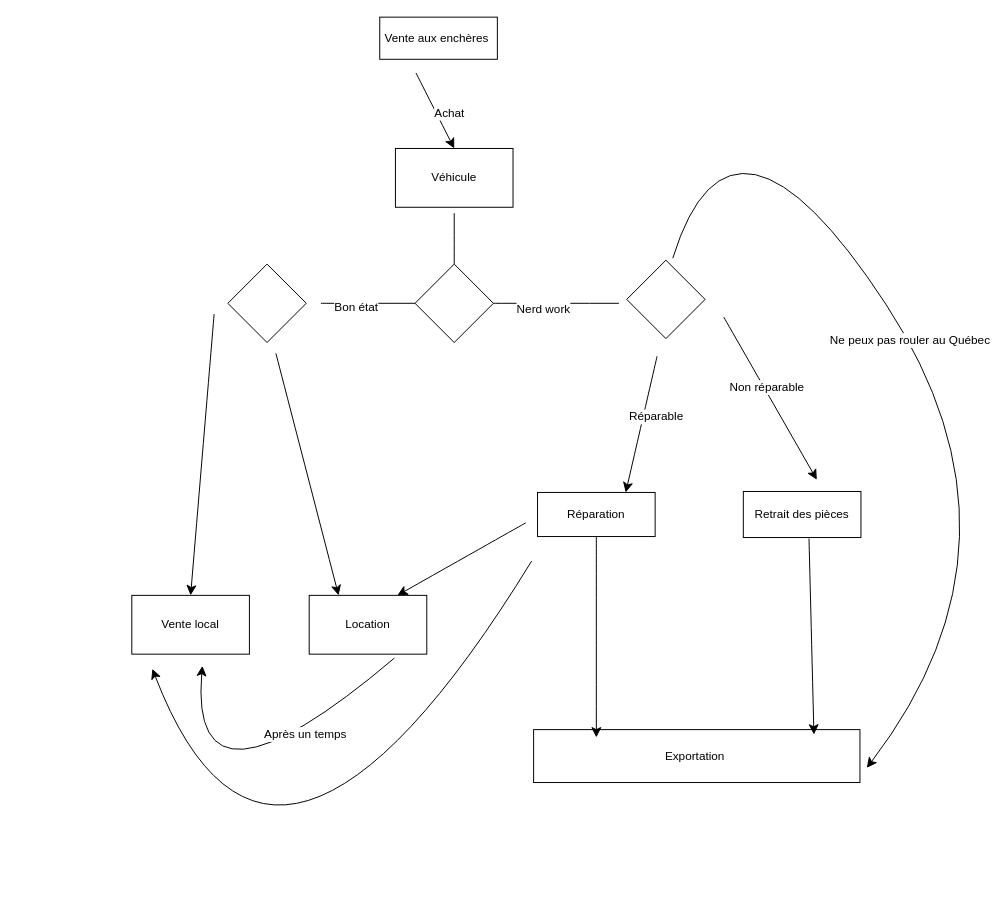
Before: Autous.drawio in gullitl/Cecilemr-frontend, a draw.io diagram. Source tidied: cells renumbered, new cells numbered last; positions are measured from the earlier drawing's top-left corner, leaving out a move shared by most shapes. Both pictures are drawn from the tidied source at 98%, with x=0, y=0 at pixel (131, 17).
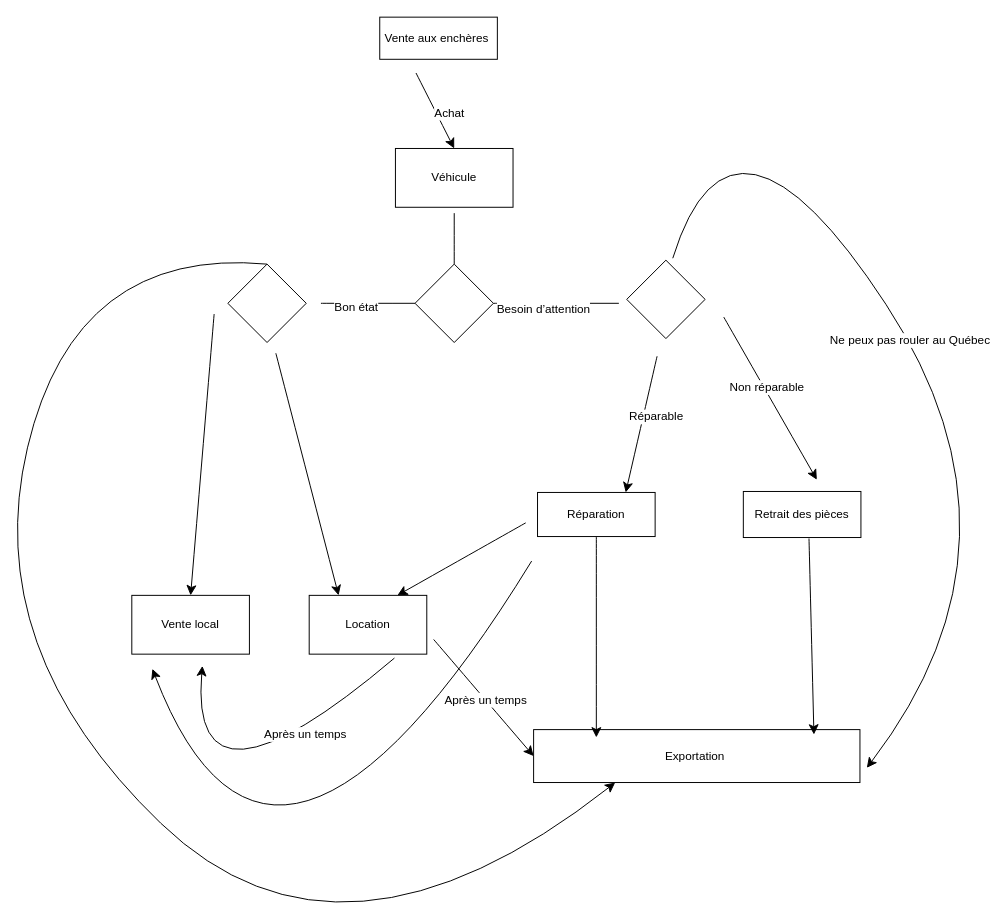
After the change.

The change refers to these unchanged cells:
```xml
<mxCell id="3" value="Exportation&amp;nbsp;" style="rounded=0;whiteSpace=wrap;html=1;" parent="1" vertex="1">
  <mxGeometry x="410" y="727" width="333" height="54" as="geometry" />
</mxCell>
<mxCell id="16" style="endArrow=none;html=1;rounded=0;fontSize=12;startSize=8;endSize=8;curved=1;exitX=1;exitY=0.5;exitDx=0;exitDy=0;" parent="1" edge="1" source="10">
  <mxGeometry relative="1" as="geometry">
    <mxPoint x="497" y="292" as="targetPoint" />
  </mxGeometry>
</mxCell>
<mxCell id="27" style="rhombus;whiteSpace=wrap;html=1;" parent="1" vertex="1">
  <mxGeometry x="98" y="252" width="80" height="80" as="geometry" />
</mxCell>
```

The edit, as a diff of the source:
```diff
@@
-    <mxCell id="17" value="Nerd work" style="edgeLabel;html=1;align=center;verticalAlign=middle;fontSize=12;" parent="16" vertex="1">
+    <mxCell id="17" value="Besoin d’attention" style="edgeLabel;html=1;align=center;verticalAlign=middle;fontSize=12;" parent="16" vertex="1">
       <mxGeometry x="-0.22" y="-5" relative="1" as="geometry" />
     </mxCell>
@@
+    <mxCell id="32" style="endArrow=classic;html=1;rounded=0;fontSize=12;startSize=8;endSize=8;curved=1;exitX=0.5;exitY=0;exitDx=0;exitDy=0;entryX=0.25;entryY=1;entryDx=0;entryDy=0;" parent="1" edge="1" source="27" target="3">
+      <mxGeometry relative="1" as="geometry">
+        <Array as="points">
+          <mxPoint x="-58" y="234" />
+          <mxPoint x="-155" y="645" />
+          <mxPoint x="214" y="1000" />
+        </Array>
+      </mxGeometry>
+    </mxCell>
+    <mxCell id="33" style="endArrow=classic;html=1;rounded=0;fontSize=12;startSize=8;endSize=8;curved=1;entryX=0;entryY=0.5;entryDx=0;entryDy=0;" parent="1" edge="1" target="3">
+      <mxGeometry relative="1" as="geometry">
+        <mxPoint x="308" y="635" as="sourcePoint" />
+      </mxGeometry>
+    </mxCell>
+    <mxCell id="34" value="Après un temps" style="edgeLabel;html=1;align=center;verticalAlign=middle;fontSize=12;" parent="33" vertex="1">
+      <mxGeometry x="0.04" y="-1" relative="1" as="geometry">
+        <mxPoint y="-1" as="offset" />
+      </mxGeometry>
+    </mxCell>
```
